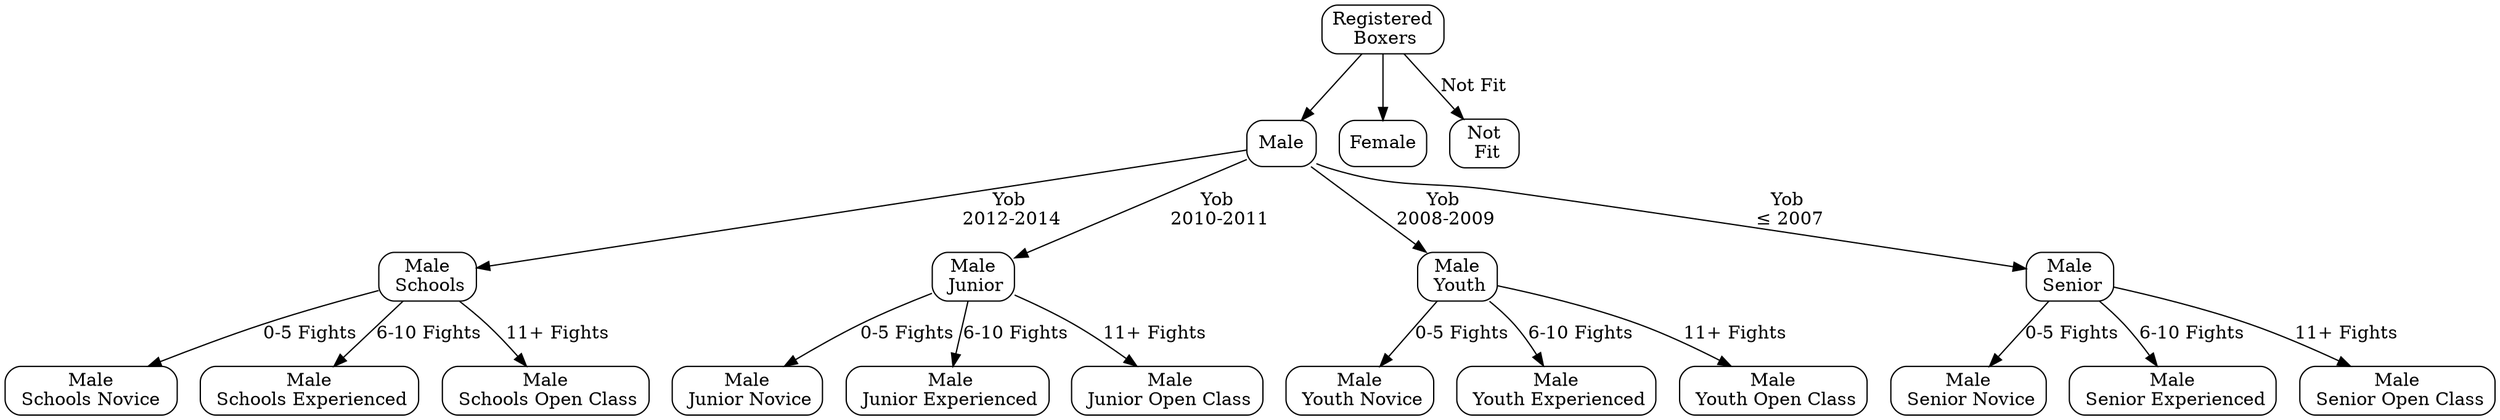
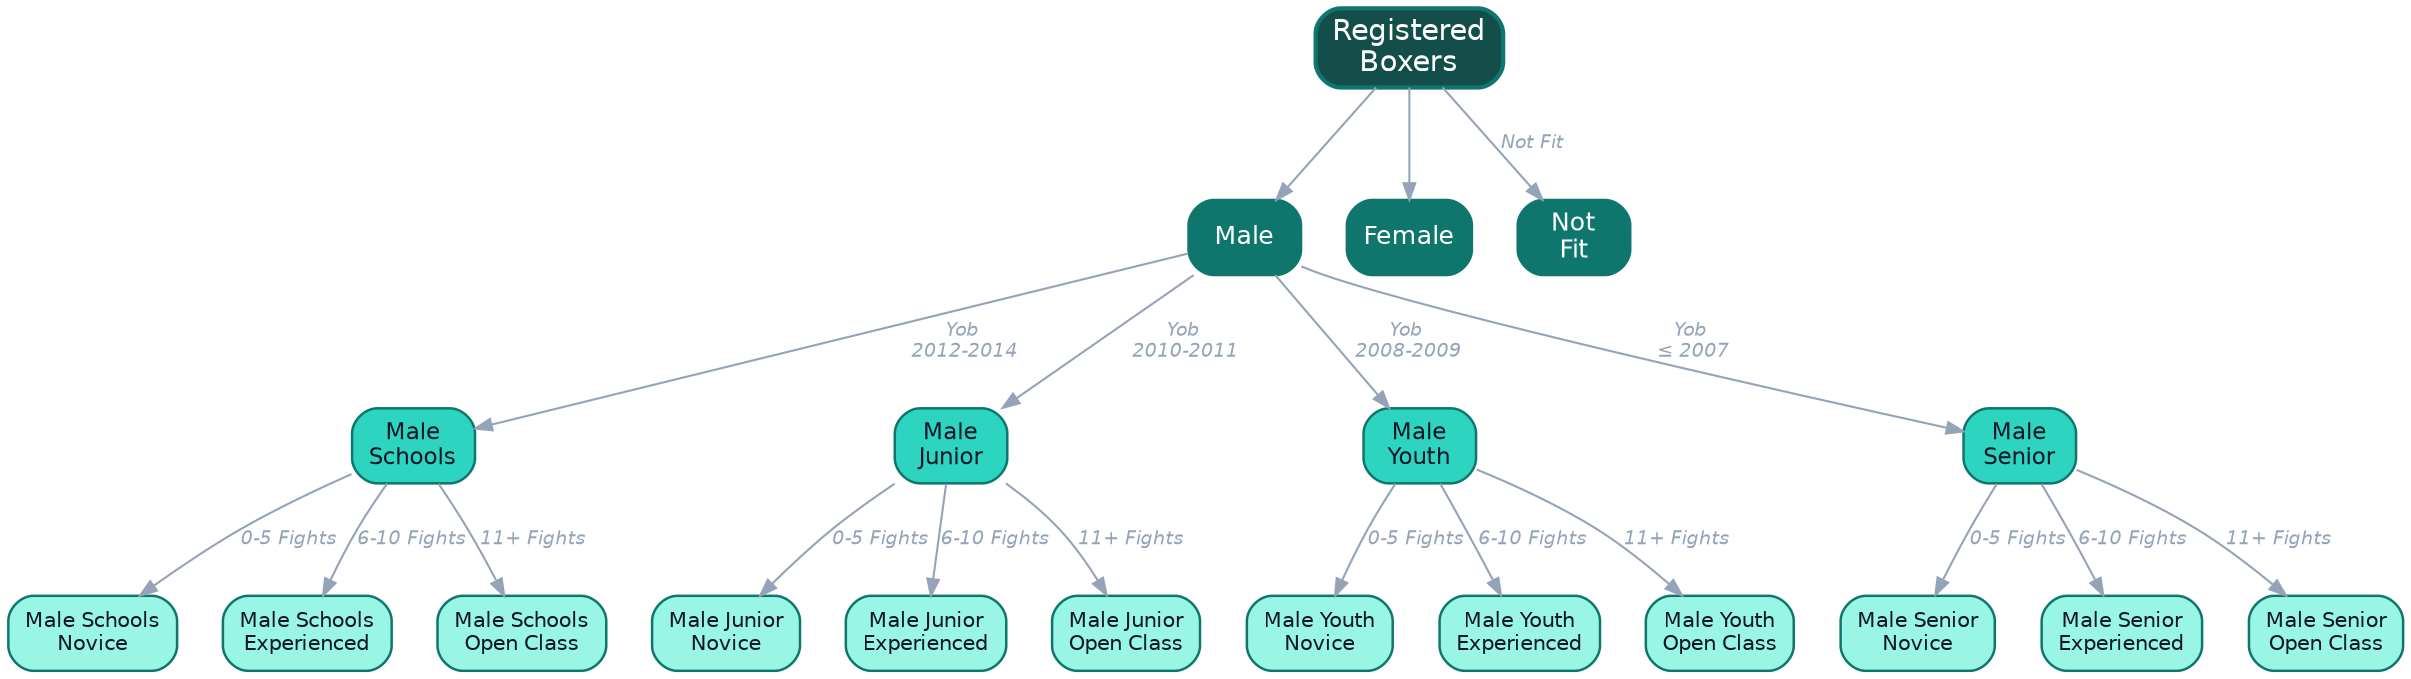
digraph Boxing {
  rankdir=TD;
-   node [shape=box, style=rounded];
+   bgcolor="transparent";
+   ranksep=0.6; nodesep=0.3;

-   RegisteredBoxers [label= "Registered\n Boxers"];
+   node [shape=box, style="filled,rounded", fontname="Helvetica",
+         fontsize=11, penwidth=1.2, color="#0f766e", fontcolor="#0f172a"];
+   edge [fontname="Helvetica-Oblique", fontsize=9,
+         fontcolor="#94a3b8", color="#94a3b8", arrowsize=0.8];
+ 
+   // Depth 0 — root
+   RegisteredBoxers [label="Registered\nBoxers",
+                     fillcolor="#134e4a", fontcolor="white",
+                     fontsize=14, penwidth=2];
+ 
+   // Depth 1 — gender / fitness split
+   node [fillcolor="#0f766e", fontcolor="white", fontsize=12, penwidth=1.2];
  Male;
  Female;
-   Notfit [label="Not\n Fit"];
+   Notfit [label="Not\nFit"];

-   MaleSchools [label="Male\n Schools"];
-   MaleJunior  [label="Male\n Junior"];
-   MaleYouth   [label="Male\n Youth"];
-   MaleSenior  [label="Male\n Senior"];
+   // Depth 2 — age groups (male only)
+   node [fillcolor="#2dd4bf", fontcolor="#0f172a", fontsize=11];
+   MaleSchools [label="Male\nSchools"];
+   MaleJunior  [label="Male\nJunior"];
+   MaleYouth   [label="Male\nYouth"];
+   MaleSenior  [label="Male\nSenior"];

-   MaleSchools_Novice      [label="Male\n Schools Novice "];
-   MaleSchools_Experienced [label="Male\n Schools Experienced"];
-   MaleSchools_OpenClass   [label="Male\n Schools Open Class"];
+   // Depth 3 — experience tiers
+   node [fillcolor="#99f6e4", fontcolor="#0f172a", fontsize=10];
+   MaleSchools_Novice      [label="Male Schools\nNovice"];
+   MaleSchools_Experienced [label="Male Schools\nExperienced"];
+   MaleSchools_OpenClass   [label="Male Schools\nOpen Class"];

-   MaleJunior_Novice       [label="Male\n Junior Novice"];
-   MaleJunior_Experienced  [label=" Male\n Junior Experienced"];
-   MaleJunior_OpenClass    [label=" Male\n Junior Open Class"];
+   MaleJunior_Novice       [label="Male Junior\nNovice"];
+   MaleJunior_Experienced  [label="Male Junior\nExperienced"];
+   MaleJunior_OpenClass    [label="Male Junior\nOpen Class"];

-   MaleYouth_Novice        [label="Male\n Youth Novice"];
-   MaleYouth_Experienced   [label="Male\n Youth Experienced"];
-   MaleYouth_OpenClass     [label="Male\n Youth Open Class"];
+   MaleYouth_Novice        [label="Male Youth\nNovice"];
+   MaleYouth_Experienced   [label="Male Youth\nExperienced"];
+   MaleYouth_OpenClass     [label="Male Youth\nOpen Class"];

-   MaleSenior_Novice       [label="Male\n Senior Novice"];
-   MaleSenior_Experienced  [label="Male\n Senior Experienced"];
-   MaleSenior_OpenClass    [label="Male\n Senior Open Class"];
+   MaleSenior_Novice       [label="Male Senior\nNovice"];
+   MaleSenior_Experienced  [label="Male Senior\nExperienced"];
+   MaleSenior_OpenClass    [label="Male Senior\nOpen Class"];

+   // Edges
  RegisteredBoxers -> Male;
  RegisteredBoxers -> Notfit [label="Not Fit"];
  RegisteredBoxers -> Female;

  Male -> MaleSchools [label="Yob\n 2012-2014"];
  Male -> MaleJunior  [label="Yob\n 2010-2011"];
  Male -> MaleYouth   [label="Yob\n 2008-2009"];
  Male -> MaleSenior  [label="Yob\n ≤ 2007"];

  MaleSchools -> MaleSchools_Novice      [label="0-5 Fights"];
  MaleSchools -> MaleSchools_Experienced [label="6-10 Fights"];
  MaleSchools -> MaleSchools_OpenClass   [label="11+ Fights"];

  MaleJunior -> MaleJunior_Novice       [label="0-5 Fights"];
  MaleJunior -> MaleJunior_Experienced  [label="6-10 Fights"];
  MaleJunior -> MaleJunior_OpenClass    [label="11+ Fights"];

  MaleYouth -> MaleYouth_Novice         [label="0-5 Fights"];
  MaleYouth -> MaleYouth_Experienced    [label="6-10 Fights"];
  MaleYouth -> MaleYouth_OpenClass      [label="11+ Fights"];

  MaleSenior -> MaleSenior_Novice       [label="0-5 Fights"];
  MaleSenior -> MaleSenior_Experienced  [label="6-10 Fights"];
  MaleSenior -> MaleSenior_OpenClass    [label="11+ Fights"];
}
